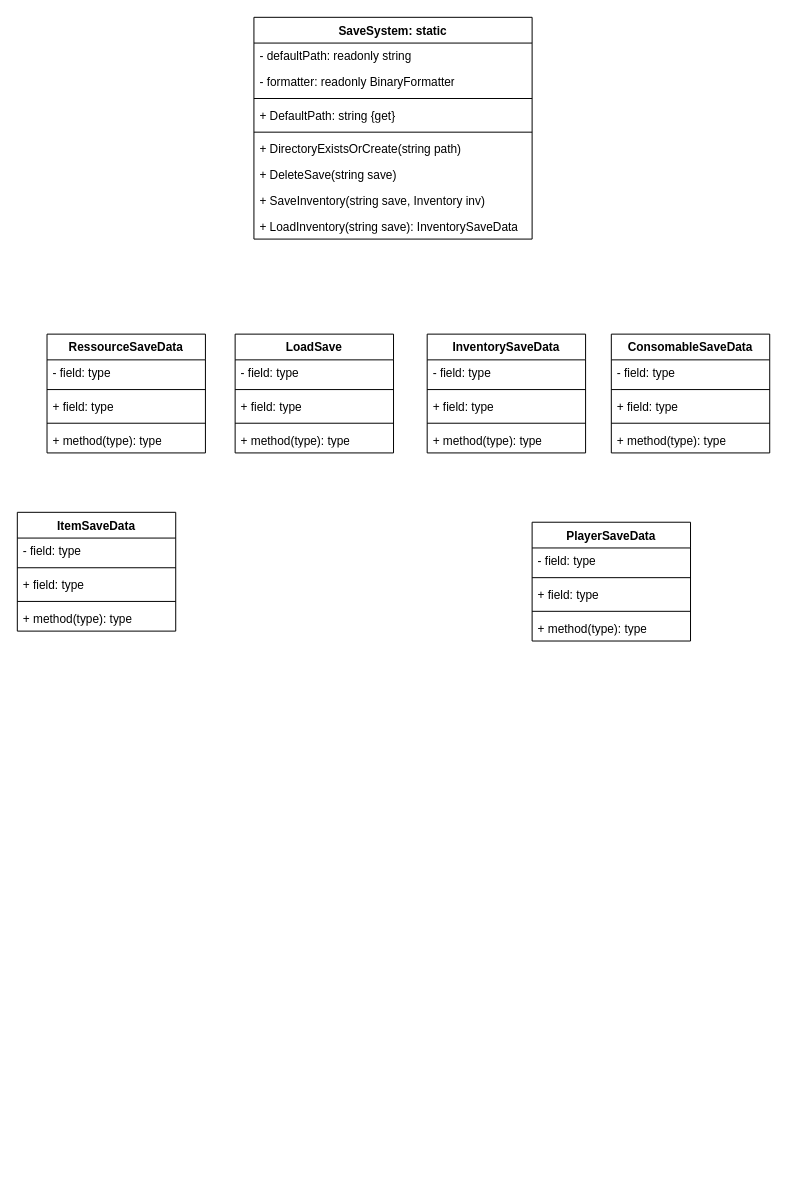
The draw.io diagram uml/Save.drawio in Limacha/le-Seigneur-des-agnions, before the edit. Source tidied: cells renumbered, new cells numbered last; positions are measured from the earlier drawing's top-left corner, leaving out a move shared by most shapes. Both pictures are drawn from the tidied source at 99%, with x=0, y=0 at pixel (17, 17).
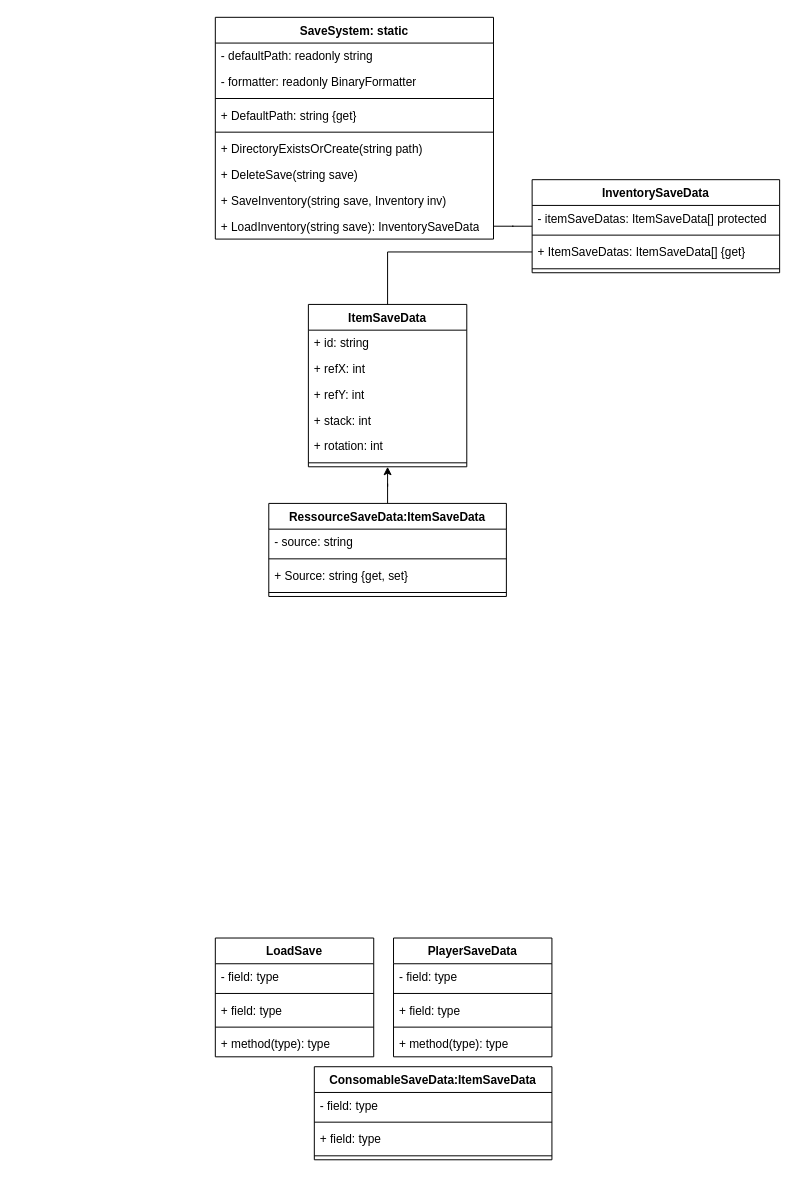
After the change.

Unchanged cells that the change refers to:
```xml
<mxCell id="11" value="+ LoadInventory(string save):&amp;nbsp;InventorySaveData" style="text;strokeColor=none;fillColor=none;align=left;verticalAlign=top;spacingLeft=4;spacingRight=4;overflow=hidden;points=[[0,0.5],[1,0.5]];portConstraint=eastwest;whiteSpace=wrap;html=1;" parent="2" vertex="1">
  <mxGeometry y="198" width="281" height="26" as="geometry" />
</mxCell>
```

Diff of the diagram source:
```diff
@@
     <mxCell id="2" value="SaveSystem: static" style="swimlane;fontStyle=1;align=center;verticalAlign=top;horizontal=1;startSize=26;whiteSpace=wrap;html=1;" parent="1" vertex="1">
-      <mxGeometry x="239" width="281" height="224" as="geometry" />
+      <mxGeometry x="200" width="281" height="224" as="geometry" />
     </mxCell>
@@
+    <mxCell id="48" style="edgeStyle=orthogonalEdgeStyle;rounded=0;jettySize=auto;html=1;" parent="1" edge="1" source="12" target="42">
+      <mxGeometry relative="1" as="geometry" />
+    </mxCell>
-    <mxCell id="12" value="RessourceSaveData" style="swimlane;fontStyle=1;align=center;verticalAlign=top;horizontal=1;startSize=26;whiteSpace=wrap;html=1;" parent="1" vertex="1">
-      <mxGeometry x="30" y="320" width="160" height="120" as="geometry" />
+    <mxCell id="12" value="RessourceSaveData:ItemSaveData" style="swimlane;fontStyle=1;align=center;verticalAlign=top;horizontal=1;startSize=26;whiteSpace=wrap;html=1;" parent="1" vertex="1">
+      <mxGeometry x="254" y="491" width="240" height="94" as="geometry" />
     </mxCell>
-    <mxCell id="13" value="- field: type" style="text;strokeColor=none;fillColor=none;align=left;verticalAlign=top;spacingLeft=4;spacingRight=4;overflow=hidden;whiteSpace=wrap;html=1;" parent="12" vertex="1">
-      <mxGeometry y="26" width="160" height="26" as="geometry" />
+    <mxCell id="13" value="- source: string" style="text;strokeColor=none;fillColor=none;align=left;verticalAlign=top;spacingLeft=4;spacingRight=4;overflow=hidden;whiteSpace=wrap;html=1;" parent="12" vertex="1">
+      <mxGeometry y="26" width="240" height="26" as="geometry" />
     </mxCell>
     <mxCell id="14" style="line;strokeWidth=1;fillColor=none;align=left;verticalAlign=middle;spacingTop=-1;spacingLeft=3;spacingRight=3;labelPosition=right;strokeColor=inherit;" parent="12" vertex="1">
-      <mxGeometry y="52" width="160" height="8" as="geometry" />
+      <mxGeometry y="52" width="240" height="8" as="geometry" />
     </mxCell>
-    <mxCell id="15" value="+ field: type" style="text;strokeColor=none;fillColor=none;align=left;verticalAlign=top;spacingLeft=4;spacingRight=4;overflow=hidden;whiteSpace=wrap;html=1;" parent="12" vertex="1">
-      <mxGeometry y="60" width="160" height="26" as="geometry" />
+    <mxCell id="15" value="+ Source: string {get, set}" style="text;strokeColor=none;fillColor=none;align=left;verticalAlign=top;spacingLeft=4;spacingRight=4;overflow=hidden;whiteSpace=wrap;html=1;" parent="12" vertex="1">
+      <mxGeometry y="60" width="240" height="26" as="geometry" />
     </mxCell>
     <mxCell id="16" style="line;strokeWidth=1;fillColor=none;align=left;verticalAlign=middle;spacingTop=-1;spacingLeft=3;spacingRight=3;labelPosition=right;strokeColor=inherit;" parent="12" vertex="1">
-      <mxGeometry y="86" width="160" height="8" as="geometry" />
+      <mxGeometry y="86" width="240" height="8" as="geometry" />
     </mxCell>
-    <mxCell id="17" value="+ method(type): type" style="text;strokeColor=none;fillColor=none;align=left;verticalAlign=top;spacingLeft=4;spacingRight=4;overflow=hidden;whiteSpace=wrap;html=1;" parent="12" vertex="1">
-      <mxGeometry y="94" width="160" height="26" as="geometry" />
-    </mxCell>
     <mxCell id="18" value="LoadSave" style="swimlane;fontStyle=1;align=center;verticalAlign=top;horizontal=1;startSize=26;whiteSpace=wrap;html=1;" parent="1" vertex="1">
-      <mxGeometry x="220" y="320" width="160" height="120" as="geometry" />
+      <mxGeometry x="200" y="930" width="160" height="120" as="geometry" />
     </mxCell>
@@
     <mxCell id="24" value="InventorySaveData" style="swimlane;fontStyle=1;align=center;verticalAlign=top;horizontal=1;startSize=26;whiteSpace=wrap;html=1;" parent="1" vertex="1">
-      <mxGeometry x="414" y="320" width="160" height="120" as="geometry" />
+      <mxGeometry x="520" y="164" width="250" height="94" as="geometry" />
     </mxCell>
-    <mxCell id="25" value="- field: type" style="text;strokeColor=none;fillColor=none;align=left;verticalAlign=top;spacingLeft=4;spacingRight=4;overflow=hidden;whiteSpace=wrap;html=1;" parent="24" vertex="1">
-      <mxGeometry y="26" width="160" height="26" as="geometry" />
+    <mxCell id="25" value="- itemSaveDatas: ItemSaveData[] protected" style="text;strokeColor=none;fillColor=none;align=left;verticalAlign=top;spacingLeft=4;spacingRight=4;overflow=hidden;whiteSpace=wrap;html=1;" parent="24" vertex="1">
+      <mxGeometry y="26" width="250" height="26" as="geometry" />
     </mxCell>
     <mxCell id="26" style="line;strokeWidth=1;fillColor=none;align=left;verticalAlign=middle;spacingTop=-1;spacingLeft=3;spacingRight=3;labelPosition=right;strokeColor=inherit;" parent="24" vertex="1">
-      <mxGeometry y="52" width="160" height="8" as="geometry" />
+      <mxGeometry y="52" width="250" height="8" as="geometry" />
     </mxCell>
-    <mxCell id="27" value="+ field: type" style="text;strokeColor=none;fillColor=none;align=left;verticalAlign=top;spacingLeft=4;spacingRight=4;overflow=hidden;points=[[0,0.5],[1,0.5]];portConstraint=eastwest;whiteSpace=wrap;html=1;" parent="24" vertex="1">
-      <mxGeometry y="60" width="160" height="26" as="geometry" />
+    <mxCell id="27" value="+ ItemSaveDatas: ItemSaveData[] {get}" style="text;strokeColor=none;fillColor=none;align=left;verticalAlign=top;spacingLeft=4;spacingRight=4;overflow=hidden;points=[[0,0.5],[1,0.5]];portConstraint=eastwest;whiteSpace=wrap;html=1;" parent="24" vertex="1">
+      <mxGeometry y="60" width="250" height="26" as="geometry" />
     </mxCell>
     <mxCell id="28" style="line;strokeWidth=1;fillColor=none;align=left;verticalAlign=middle;spacingTop=-1;spacingLeft=3;spacingRight=3;labelPosition=right;strokeColor=inherit;" parent="24" vertex="1">
-      <mxGeometry y="86" width="160" height="8" as="geometry" />
+      <mxGeometry y="86" width="250" height="8" as="geometry" />
     </mxCell>
-    <mxCell id="29" value="+ method(type): type" style="text;strokeColor=none;fillColor=none;align=left;verticalAlign=top;spacingLeft=4;spacingRight=4;overflow=hidden;whiteSpace=wrap;html=1;" parent="24" vertex="1">
-      <mxGeometry y="94" width="160" height="26" as="geometry" />
-    </mxCell>
-    <mxCell id="30" value="ConsomableSaveData" style="swimlane;fontStyle=1;align=center;verticalAlign=top;horizontal=1;startSize=26;whiteSpace=wrap;html=1;" parent="1" vertex="1">
-      <mxGeometry x="600" y="320" width="160" height="120" as="geometry" />
+    <mxCell id="30" value="ConsomableSaveData:ItemSaveData" style="swimlane;fontStyle=1;align=center;verticalAlign=top;horizontal=1;startSize=26;whiteSpace=wrap;html=1;" parent="1" vertex="1">
+      <mxGeometry x="300" y="1060" width="240" height="94" as="geometry" />
     </mxCell>
     <mxCell id="31" value="- field: type" style="text;strokeColor=none;fillColor=none;align=left;verticalAlign=top;spacingLeft=4;spacingRight=4;overflow=hidden;whiteSpace=wrap;html=1;" parent="30" vertex="1">
-      <mxGeometry y="26" width="160" height="26" as="geometry" />
+      <mxGeometry y="26" width="240" height="26" as="geometry" />
     </mxCell>
     <mxCell id="32" style="line;strokeWidth=1;fillColor=none;align=left;verticalAlign=middle;spacingTop=-1;spacingLeft=3;spacingRight=3;labelPosition=right;strokeColor=inherit;" parent="30" vertex="1">
-      <mxGeometry y="52" width="160" height="8" as="geometry" />
+      <mxGeometry y="52" width="240" height="8" as="geometry" />
     </mxCell>
     <mxCell id="33" value="+ field: type" style="text;strokeColor=none;fillColor=none;align=left;verticalAlign=top;spacingLeft=4;spacingRight=4;overflow=hidden;whiteSpace=wrap;html=1;" parent="30" vertex="1">
-      <mxGeometry y="60" width="160" height="26" as="geometry" />
+      <mxGeometry y="60" width="240" height="26" as="geometry" />
     </mxCell>
     <mxCell id="34" style="line;strokeWidth=1;fillColor=none;align=left;verticalAlign=middle;spacingTop=-1;spacingLeft=3;spacingRight=3;labelPosition=right;strokeColor=inherit;" parent="30" vertex="1">
-      <mxGeometry y="86" width="160" height="8" as="geometry" />
+      <mxGeometry y="86" width="240" height="8" as="geometry" />
     </mxCell>
-    <mxCell id="35" value="+ method(type): type" style="text;strokeColor=none;fillColor=none;align=left;verticalAlign=top;spacingLeft=4;spacingRight=4;overflow=hidden;whiteSpace=wrap;html=1;" parent="30" vertex="1">
-      <mxGeometry y="94" width="160" height="26" as="geometry" />
-    </mxCell>
     <mxCell id="36" value="PlayerSaveData" style="swimlane;fontStyle=1;align=center;verticalAlign=top;horizontal=1;startSize=26;whiteSpace=wrap;html=1;" parent="1" vertex="1">
-      <mxGeometry x="520" y="510" width="160" height="120" as="geometry" />
+      <mxGeometry x="380" y="930" width="160" height="120" as="geometry" />
     </mxCell>
@@
     <mxCell id="42" value="ItemSaveData" style="swimlane;fontStyle=1;align=center;verticalAlign=top;horizontal=1;startSize=26;whiteSpace=wrap;html=1;" parent="1" vertex="1">
-      <mxGeometry y="500" width="160" height="120" as="geometry" />
+      <mxGeometry x="294" y="290" width="160" height="164" as="geometry" />
     </mxCell>
-    <mxCell id="43" value="- field: type" style="text;strokeColor=none;fillColor=none;align=left;verticalAlign=top;spacingLeft=4;spacingRight=4;overflow=hidden;whiteSpace=wrap;html=1;" parent="42" vertex="1">
-      <mxGeometry y="26" width="160" height="26" as="geometry" />
-    </mxCell>
-    <mxCell id="44" style="line;strokeWidth=1;fillColor=none;align=left;verticalAlign=middle;spacingTop=-1;spacingLeft=3;spacingRight=3;labelPosition=right;strokeColor=inherit;" parent="42" vertex="1">
-      <mxGeometry y="52" width="160" height="8" as="geometry" />
-    </mxCell>
+    <mxCell id="49" value="+ id: string" style="text;strokeColor=none;fillColor=none;align=left;verticalAlign=top;spacingLeft=4;spacingRight=4;overflow=hidden;whiteSpace=wrap;html=1;" parent="42" vertex="1">
+      <mxGeometry y="26" width="160" height="26" as="geometry" />
+    </mxCell>
-    <mxCell id="45" value="+ field: type" style="text;strokeColor=none;fillColor=none;align=left;verticalAlign=top;spacingLeft=4;spacingRight=4;overflow=hidden;whiteSpace=wrap;html=1;" parent="42" vertex="1">
-      <mxGeometry y="60" width="160" height="26" as="geometry" />
+    <mxCell id="45" value="+ refX: int" style="text;strokeColor=none;fillColor=none;align=left;verticalAlign=top;spacingLeft=4;spacingRight=4;overflow=hidden;whiteSpace=wrap;html=1;" parent="42" vertex="1">
+      <mxGeometry y="52" width="160" height="26" as="geometry" />
     </mxCell>
+    <mxCell id="50" value="+ refY: int" style="text;strokeColor=none;fillColor=none;align=left;verticalAlign=top;spacingLeft=4;spacingRight=4;overflow=hidden;whiteSpace=wrap;html=1;" parent="42" vertex="1">
+      <mxGeometry y="78" width="160" height="26" as="geometry" />
+    </mxCell>
+    <mxCell id="51" value="+ stack: int" style="text;strokeColor=none;fillColor=none;align=left;verticalAlign=top;spacingLeft=4;spacingRight=4;overflow=hidden;whiteSpace=wrap;html=1;" parent="42" vertex="1">
+      <mxGeometry y="104" width="160" height="26" as="geometry" />
+    </mxCell>
+    <mxCell id="52" value="+ rotation: int" style="text;strokeColor=none;fillColor=none;align=left;verticalAlign=top;spacingLeft=4;spacingRight=4;overflow=hidden;whiteSpace=wrap;html=1;" parent="42" vertex="1">
+      <mxGeometry y="130" width="160" height="26" as="geometry" />
+    </mxCell>
     <mxCell id="46" style="line;strokeWidth=1;fillColor=none;align=left;verticalAlign=middle;spacingTop=-1;spacingLeft=3;spacingRight=3;labelPosition=right;strokeColor=inherit;" parent="42" vertex="1">
-      <mxGeometry y="86" width="160" height="8" as="geometry" />
+      <mxGeometry y="156" width="160" height="8" as="geometry" />
     </mxCell>
-    <mxCell id="47" value="+ method(type): type" style="text;strokeColor=none;fillColor=none;align=left;verticalAlign=top;spacingLeft=4;spacingRight=4;overflow=hidden;whiteSpace=wrap;html=1;" parent="42" vertex="1">
-      <mxGeometry y="94" width="160" height="26" as="geometry" />
-    </mxCell>
+    <mxCell id="53" style="edgeStyle=orthogonalEdgeStyle;rounded=0;jettySize=auto;html=1;endArrow=none;endFill=0;" parent="1" edge="1" source="24" target="11">
+      <mxGeometry relative="1" as="geometry" />
+    </mxCell>
+    <mxCell id="54" style="edgeStyle=orthogonalEdgeStyle;rounded=0;jettySize=auto;html=1;endArrow=none;endFill=0;strokeWidth=1;endSize=12;" parent="1" edge="1" source="42" target="27">
+      <mxGeometry relative="1" as="geometry" />
+    </mxCell>
```
